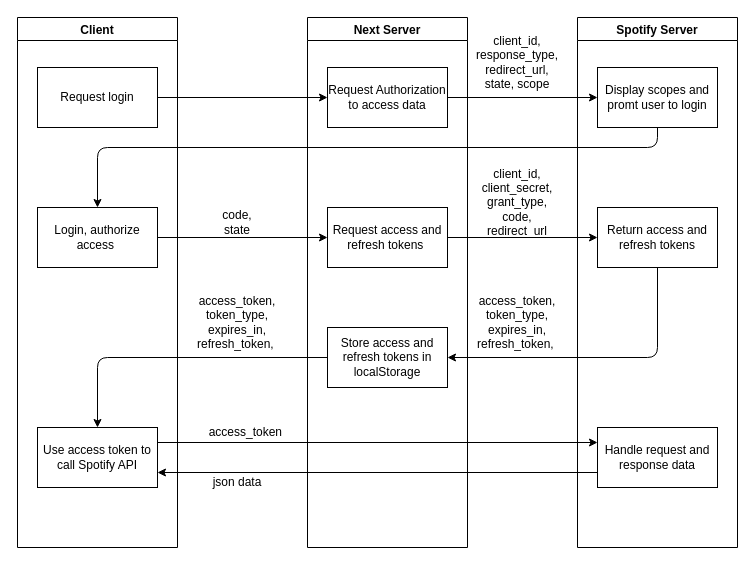
Before: auth-flow.drawio in huynguyen2k/spotify-nextjs, a draw.io diagram. Source tidied: cells renumbered, new cells numbered last; positions are measured from the earlier drawing's top-left corner, leaving out a move shared by most shapes. Both pictures are drawn from the tidied source at 100%, with x=0, y=0 at pixel (17, 17).
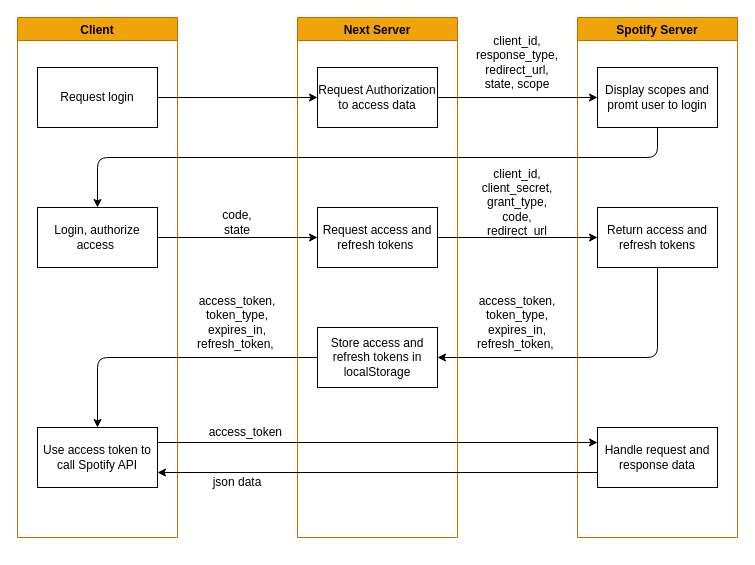
The same page after the edit.

Commit message (it also covers changes not shown here):
Setup axios with spotify api

Unchanged cells that the change refers to:
```xml
<mxCell id="4" value="Login, authorize access&amp;nbsp;" style="rounded=0;whiteSpace=wrap;html=1;" parent="2" vertex="1">
  <mxGeometry x="20" y="190" width="120" height="60" as="geometry" />
</mxCell>
<mxCell id="11" value="Display scopes and promt user to login" style="rounded=0;whiteSpace=wrap;html=1;" parent="10" vertex="1">
  <mxGeometry x="20" y="50" width="120" height="60" as="geometry" />
</mxCell>
```

What changed in the source:
```diff
@@
-    <mxCell id="2" value="Client" style="swimlane;" parent="1" vertex="1">
-      <mxGeometry width="160" height="530" as="geometry" />
+    <mxCell id="2" value="Client" style="swimlane;fillColor=#f0a30a;fontColor=#000000;strokeColor=#BD7000;swimlaneFillColor=default;" parent="1" vertex="1">
+      <mxGeometry width="160" height="520" as="geometry" />
     </mxCell>
@@
-    <mxCell id="6" value="Next Server" style="swimlane;" parent="1" vertex="1">
-      <mxGeometry x="290" width="160" height="530" as="geometry" />
+    <mxCell id="6" value="Next Server" style="swimlane;fillColor=#f0a30a;fontColor=#000000;strokeColor=#BD7000;swimlaneFillColor=default;" parent="1" vertex="1">
+      <mxGeometry x="280" width="160" height="520" as="geometry" />
     </mxCell>
@@
-    <mxCell id="10" value="Spotify Server" style="swimlane;" parent="1" vertex="1">
-      <mxGeometry x="560" width="160" height="530" as="geometry" />
+    <mxCell id="10" value="Spotify Server" style="swimlane;fillColor=#f0a30a;fontColor=#000000;strokeColor=#BD7000;swimlaneFillColor=default;gradientColor=none;" parent="1" vertex="1">
+      <mxGeometry x="560" width="160" height="520" as="geometry" />
     </mxCell>
@@
     <mxCell id="17" style="edgeStyle=none;html=1;" parent="1" edge="1" source="11" target="4">
       <mxGeometry relative="1" as="geometry">
         <Array as="points">
-          <mxPoint x="640" y="130" />
-          <mxPoint x="80" y="130" />
+          <mxPoint x="640" y="140" />
+          <mxPoint x="80" y="140" />
         </Array>
       </mxGeometry>
     </mxCell>
```
